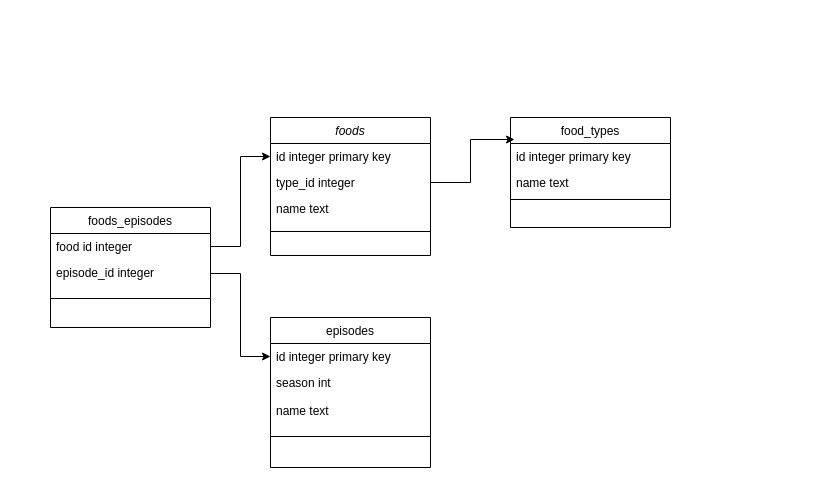
Earlier version of the draw.io diagram food_url.drawio (FMYang/UML). Source tidied: cells renumbered, new cells numbered last; positions are measured from the earlier drawing's top-left corner, leaving out a move shared by most shapes. Both pictures are drawn from the tidied source at 100%, with x=0, y=0 at pixel (50, 117).
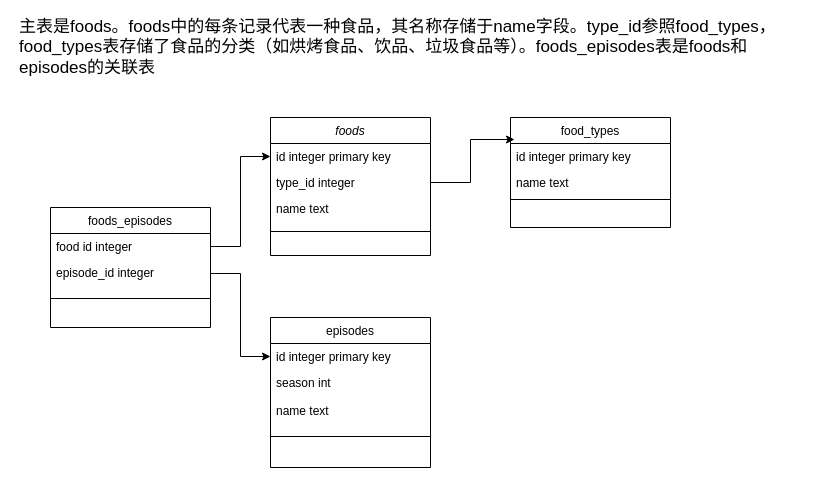
The same diagram, later.

What changed in the source:
```diff
@@
+    <mxCell id="23" value="主表是foods。foods中的每条记录代表一种食品，其名称存储于name字段。type_id参照food_types，food_types表存储了食品的分类（如烘烤食品、饮品、垃圾食品等）。foods_episodes表是foods和episodes的关联表&lt;br style=&quot;border-color: var(--border-color);&quot;&gt; " style="text;html=1;strokeColor=none;fillColor=none;align=left;verticalAlign=middle;whiteSpace=wrap;rounded=0;fontSize=17;" parent="1" vertex="1">
+      <mxGeometry x="-33" y="-100" width="780" height="60" as="geometry" />
+    </mxCell>
```
